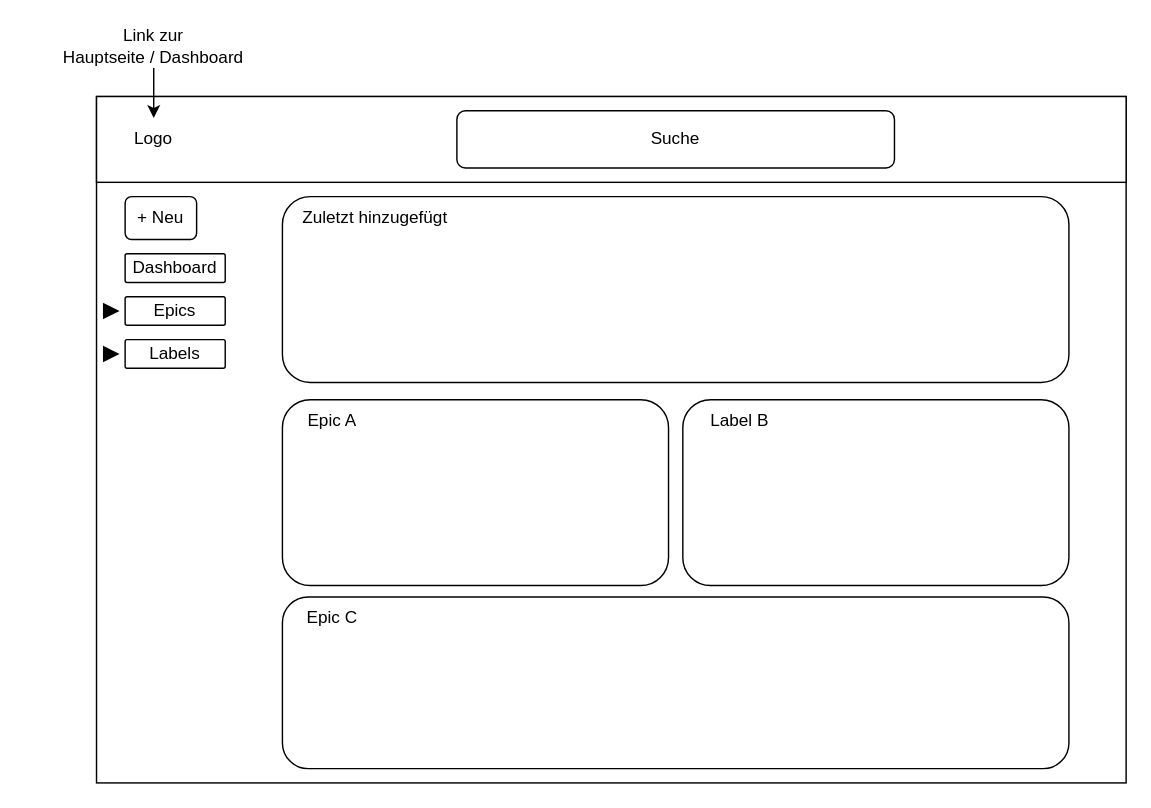
Earlier version of the draw.io diagram page "Dashboard" (1 of 3) of diagrams/FE Mockup/Mockup.drawio (documents-manager/knowledge-base). Source tidied: cells renumbered, new cells numbered last; positions are measured from the earlier drawing's top-left corner, leaving out a move shared by most shapes. Both pictures are drawn from the tidied source at 143%, with x=0, y=0 at pixel (24, 24).
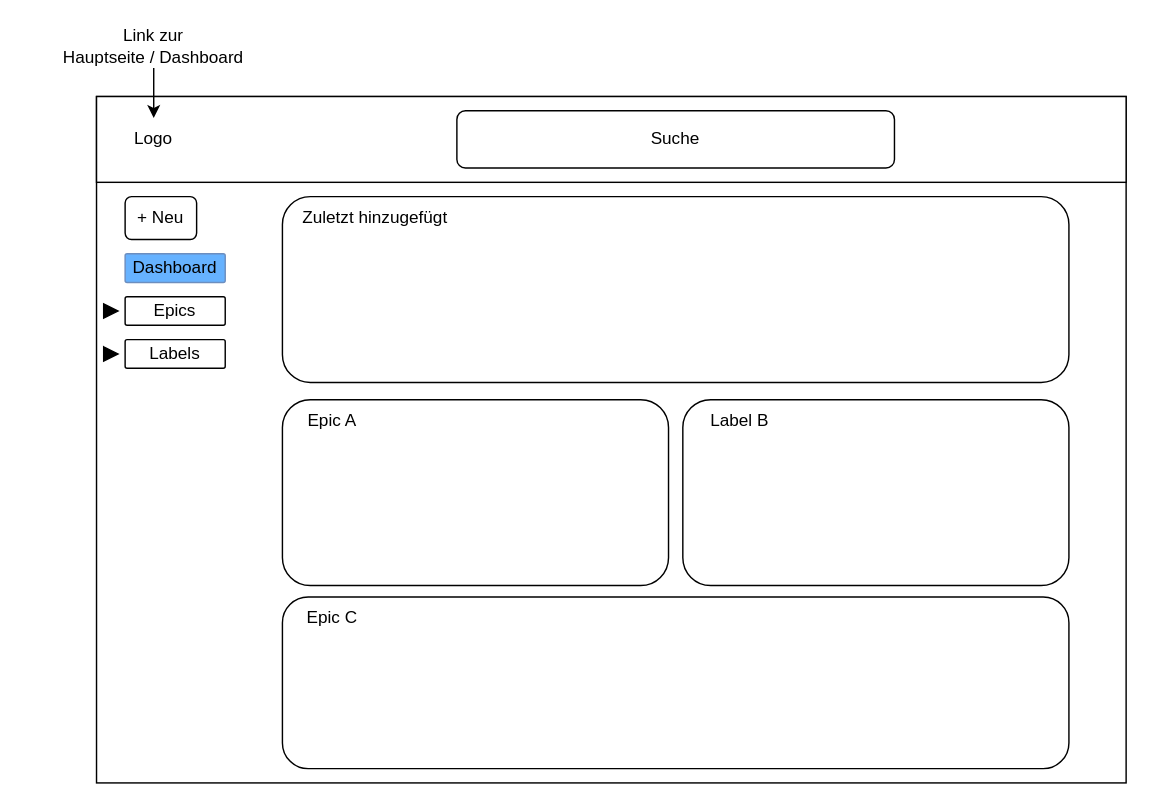
After the change.

Change to the diagram source:
```diff
@@
-    <mxCell id="9" value="Dashboard" style="rounded=1;whiteSpace=wrap;html=1;arcSize=7;" parent="1" vertex="1">
+    <mxCell id="9" value="Dashboard" style="rounded=1;whiteSpace=wrap;html=1;arcSize=7;fillColor=#66B2FF;strokeColor=#6c8ebf;" parent="1" vertex="1">
       <mxGeometry x="70" y="160" width="70" height="20" as="geometry" />
     </mxCell>
```
